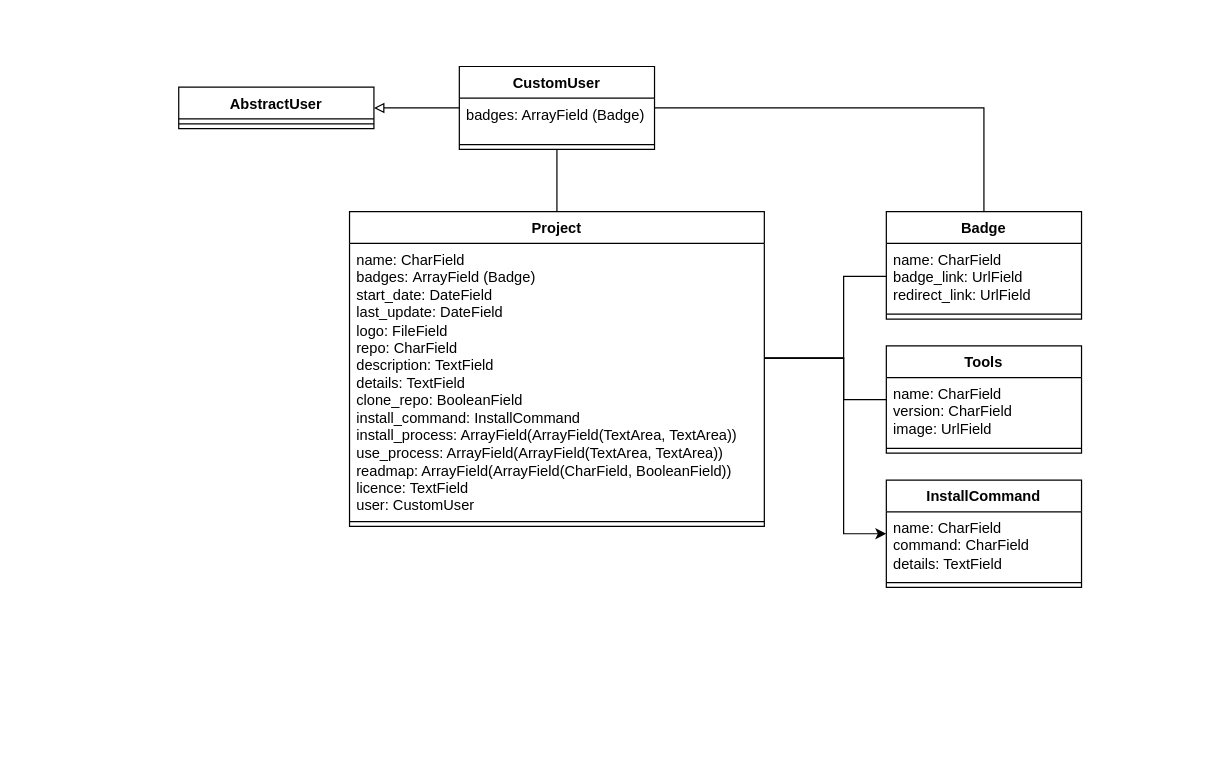
This is db_diagram.drawio from darideveloper/portfolio-backend, a draw.io file, before an edit. Source tidied: cells renumbered, new cells numbered last; positions are measured from the earlier drawing's top-left corner, leaving out a move shared by most shapes. Both pictures are drawn from the tidied source at 122%, with x=0, y=0 at pixel (178, 66).
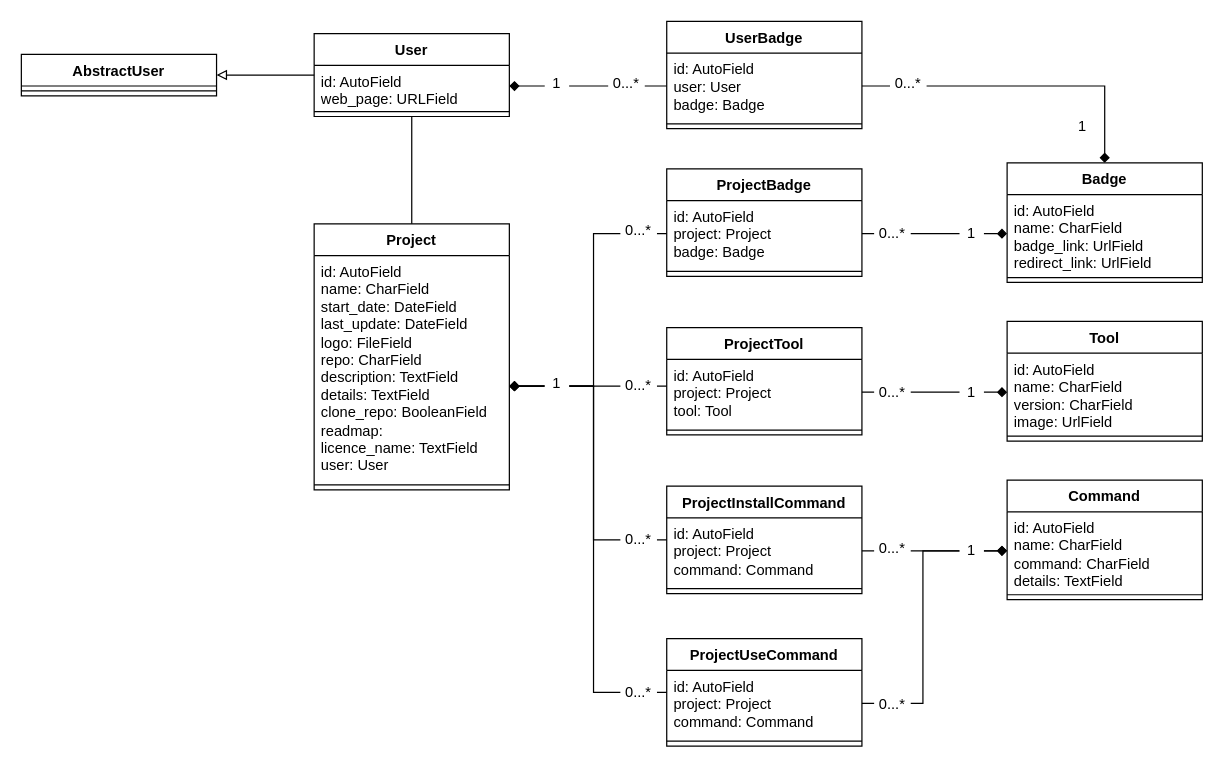
The same diagram, later.

Commit message (it also covers changes not shown here):
feat (models - admin) command, roadmap, project, projectbadge, projecttool, projectcommand, projectroadmap models

Change to the diagram source:
```diff
@@
-    <mxCell id="2" style="edgeStyle=orthogonalEdgeStyle;rounded=0;jettySize=auto;html=1;endArrow=none;endFill=0;" parent="1" edge="1" source="4" target="8">
-      <mxGeometry relative="1" as="geometry">
-        <Array as="points">
-          <mxPoint x="545" y="239" />
-          <mxPoint x="545" y="172" />
-        </Array>
-      </mxGeometry>
-    </mxCell>
-    <mxCell id="3" style="edgeStyle=orthogonalEdgeStyle;rounded=0;jettySize=auto;html=1;" parent="1" edge="1" source="4" target="13">
-      <mxGeometry relative="1" as="geometry">
-        <Array as="points">
-          <mxPoint x="545" y="239" />
-          <mxPoint x="545" y="383" />
-        </Array>
-      </mxGeometry>
-    </mxCell>
     <mxCell id="4" value="Project" style="swimlane;fontStyle=1;align=center;verticalAlign=top;horizontal=1;startSize=26;whiteSpace=wrap;html=1;" parent="1" vertex="1">
-      <mxGeometry x="140" y="119" width="340" height="258" as="geometry" />
+      <mxGeometry x="111" y="129" width="160" height="218" as="geometry" />
     </mxCell>
-    <mxCell id="5" value="name: CharField&lt;br&gt;badges:&amp;nbsp;ArrayField (Badge)&lt;br style=&quot;border-color: var(--border-color);&quot;&gt;start_date:&amp;nbsp;DateField&lt;br&gt;last_update:&amp;nbsp;DateField&lt;br&gt;logo: FileField&lt;br&gt;repo: CharField&lt;br&gt;description: TextField&lt;br&gt;details: TextField&lt;br&gt;clone_repo:&amp;nbsp;BooleanField&lt;br&gt;install_command: InstallCommand&amp;nbsp;&lt;br&gt;install_process: ArrayField(ArrayField(TextArea, TextArea))&lt;br&gt;use_process: ArrayField(ArrayField(TextArea, TextArea))&lt;br&gt;readmap: ArrayField(ArrayField(CharField, BooleanField))&lt;br&gt;licence: TextField&lt;br&gt;user: CustomUser" style="text;strokeColor=none;fillColor=none;align=left;verticalAlign=top;spacingLeft=4;spacingRight=4;overflow=hidden;points=[[0,0.5],[1,0.5]];portConstraint=eastwest;whiteSpace=wrap;html=1;" parent="4" vertex="1">
-      <mxGeometry y="26" width="340" height="224" as="geometry" />
+    <mxCell id="5" value="id: AutoField&lt;br style=&quot;border-color: var(--border-color);&quot;&gt;name: CharField&lt;br&gt;start_date:&amp;nbsp;DateField&lt;br&gt;last_update:&amp;nbsp;DateField&lt;br&gt;logo: FileField&lt;br&gt;repo: CharField&lt;br&gt;description: TextField&lt;br&gt;details: TextField&lt;br&gt;clone_repo:&amp;nbsp;BooleanField&lt;br&gt;readmap:&amp;nbsp;&lt;br&gt;licence_name: TextField&lt;br&gt;user: User&lt;br&gt;" style="text;strokeColor=none;fillColor=none;align=left;verticalAlign=top;spacingLeft=4;spacingRight=4;overflow=hidden;points=[[0,0.5],[1,0.5]];portConstraint=eastwest;whiteSpace=wrap;html=1;" parent="4" vertex="1">
+      <mxGeometry y="26" width="160" height="184" as="geometry" />
     </mxCell>
     <mxCell id="6" style="line;strokeWidth=1;fillColor=none;align=left;verticalAlign=middle;spacingTop=-1;spacingLeft=3;spacingRight=3;labelPosition=right;strokeColor=inherit;" parent="4" vertex="1">
-      <mxGeometry y="250" width="340" height="8" as="geometry" />
+      <mxGeometry y="210" width="160" height="8" as="geometry" />
     </mxCell>
+    <mxCell id="25" style="edgeStyle=orthogonalEdgeStyle;rounded=0;jettySize=auto;html=1;endArrow=none;endFill=0;startArrow=diamond;startFill=1;" parent="1" edge="1" source="7" target="27">
+      <mxGeometry relative="1" as="geometry" />
+    </mxCell>
     <mxCell id="7" value="Badge" style="swimlane;fontStyle=1;align=center;verticalAlign=top;horizontal=1;startSize=26;whiteSpace=wrap;html=1;" parent="1" vertex="1">
-      <mxGeometry x="580" y="119" width="160" height="88" as="geometry" />
+      <mxGeometry x="679" y="79" width="160" height="98" as="geometry" />
     </mxCell>
-    <mxCell id="8" value="name: CharField&lt;br&gt;badge_link: UrlField&lt;br&gt;redirect_link: UrlField&amp;nbsp;" style="text;strokeColor=none;fillColor=none;align=left;verticalAlign=top;spacingLeft=4;spacingRight=4;overflow=hidden;points=[[0,0.5],[1,0.5]];portConstraint=eastwest;whiteSpace=wrap;html=1;" parent="7" vertex="1">
-      <mxGeometry y="26" width="160" height="54" as="geometry" />
+    <mxCell id="8" value="id: AutoField&lt;br style=&quot;border-color: var(--border-color);&quot;&gt;name: CharField&lt;br&gt;badge_link: UrlField&lt;br&gt;redirect_link: UrlField&amp;nbsp;" style="text;strokeColor=none;fillColor=none;align=left;verticalAlign=top;spacingLeft=4;spacingRight=4;overflow=hidden;points=[[0,0.5],[1,0.5]];portConstraint=eastwest;whiteSpace=wrap;html=1;" parent="7" vertex="1">
+      <mxGeometry y="26" width="160" height="64" as="geometry" />
     </mxCell>
     <mxCell id="9" style="line;strokeWidth=1;fillColor=none;align=left;verticalAlign=middle;spacingTop=-1;spacingLeft=3;spacingRight=3;labelPosition=right;strokeColor=inherit;" parent="7" vertex="1">
-      <mxGeometry y="80" width="160" height="8" as="geometry" />
+      <mxGeometry y="90" width="160" height="8" as="geometry" />
     </mxCell>
-    <mxCell id="10" value="Tools" style="swimlane;fontStyle=1;align=center;verticalAlign=top;horizontal=1;startSize=26;whiteSpace=wrap;html=1;" parent="1" vertex="1">
-      <mxGeometry x="580" y="229" width="160" height="88" as="geometry" />
+    <mxCell id="10" value="Tool" style="swimlane;fontStyle=1;align=center;verticalAlign=top;horizontal=1;startSize=26;whiteSpace=wrap;html=1;" parent="1" vertex="1">
+      <mxGeometry x="679" y="209" width="160" height="98" as="geometry" />
     </mxCell>
-    <mxCell id="11" value="name: CharField&lt;br&gt;version: CharField&amp;nbsp;&lt;br&gt;image: UrlField&amp;nbsp;" style="text;strokeColor=none;fillColor=none;align=left;verticalAlign=top;spacingLeft=4;spacingRight=4;overflow=hidden;points=[[0,0.5],[1,0.5]];portConstraint=eastwest;whiteSpace=wrap;html=1;" parent="10" vertex="1">
-      <mxGeometry y="26" width="160" height="54" as="geometry" />
+    <mxCell id="11" value="id: AutoField&lt;br style=&quot;border-color: var(--border-color);&quot;&gt;name: CharField&lt;br&gt;version: CharField&amp;nbsp;&lt;br&gt;image: UrlField&amp;nbsp;" style="text;strokeColor=none;fillColor=none;align=left;verticalAlign=top;spacingLeft=4;spacingRight=4;overflow=hidden;points=[[0,0.5],[1,0.5]];portConstraint=eastwest;whiteSpace=wrap;html=1;" parent="10" vertex="1">
+      <mxGeometry y="26" width="160" height="64" as="geometry" />
     </mxCell>
     <mxCell id="12" style="line;strokeWidth=1;fillColor=none;align=left;verticalAlign=middle;spacingTop=-1;spacingLeft=3;spacingRight=3;labelPosition=right;strokeColor=inherit;" parent="10" vertex="1">
-      <mxGeometry y="80" width="160" height="8" as="geometry" />
+      <mxGeometry y="90" width="160" height="8" as="geometry" />
     </mxCell>
-    <mxCell id="13" value="InstallCommand" style="swimlane;fontStyle=1;align=center;verticalAlign=top;horizontal=1;startSize=26;whiteSpace=wrap;html=1;" parent="1" vertex="1">
-      <mxGeometry x="580" y="339" width="160" height="88" as="geometry" />
+    <mxCell id="13" value="Command" style="swimlane;fontStyle=1;align=center;verticalAlign=top;horizontal=1;startSize=26;whiteSpace=wrap;html=1;" parent="1" vertex="1">
+      <mxGeometry x="679" y="339" width="160" height="98" as="geometry" />
     </mxCell>
-    <mxCell id="14" value="name: CharField&lt;br&gt;command: CharField&amp;nbsp;&lt;br&gt;details: TextField" style="text;strokeColor=none;fillColor=none;align=left;verticalAlign=top;spacingLeft=4;spacingRight=4;overflow=hidden;points=[[0,0.5],[1,0.5]];portConstraint=eastwest;whiteSpace=wrap;html=1;" parent="13" vertex="1">
-      <mxGeometry y="26" width="160" height="54" as="geometry" />
+    <mxCell id="14" value="id: AutoField&lt;br style=&quot;border-color: var(--border-color);&quot;&gt;name: CharField&lt;br&gt;command: CharField&amp;nbsp;&lt;br&gt;details: TextField" style="text;strokeColor=none;fillColor=none;align=left;verticalAlign=top;spacingLeft=4;spacingRight=4;overflow=hidden;points=[[0,0.5],[1,0.5]];portConstraint=eastwest;whiteSpace=wrap;html=1;" parent="13" vertex="1">
+      <mxGeometry y="26" width="160" height="64" as="geometry" />
     </mxCell>
     <mxCell id="15" style="line;strokeWidth=1;fillColor=none;align=left;verticalAlign=middle;spacingTop=-1;spacingLeft=3;spacingRight=3;labelPosition=right;strokeColor=inherit;" parent="13" vertex="1">
-      <mxGeometry y="80" width="160" height="8" as="geometry" />
+      <mxGeometry y="90" width="160" height="8" as="geometry" />
     </mxCell>
-    <mxCell id="16" style="edgeStyle=orthogonalEdgeStyle;rounded=0;jettySize=auto;html=1;endArrow=none;endFill=0;" parent="1" edge="1" source="5" target="10">
-      <mxGeometry relative="1" as="geometry">
-        <Array as="points">
-          <mxPoint x="545" y="239" />
-          <mxPoint x="545" y="273" />
-        </Array>
-      </mxGeometry>
-    </mxCell>
-    <mxCell id="17" style="edgeStyle=orthogonalEdgeStyle;rounded=0;jettySize=auto;html=1;endArrow=none;endFill=0;" parent="1" edge="1" source="19" target="7">
-      <mxGeometry relative="1" as="geometry" />
-    </mxCell>
@@
-    <mxCell id="19" value="CustomUser" style="swimlane;fontStyle=1;align=center;verticalAlign=top;horizontal=1;startSize=26;whiteSpace=wrap;html=1;" parent="1" vertex="1">
-      <mxGeometry x="230" width="160" height="68" as="geometry" />
+    <mxCell id="19" value="User" style="swimlane;fontStyle=1;align=center;verticalAlign=top;horizontal=1;startSize=26;whiteSpace=wrap;html=1;" parent="1" vertex="1">
+      <mxGeometry x="111" y="-27" width="160" height="68" as="geometry" />
     </mxCell>
-    <mxCell id="20" value="badges: ArrayField (Badge)&lt;br&gt;" style="text;strokeColor=none;fillColor=none;align=left;verticalAlign=top;spacingLeft=4;spacingRight=4;overflow=hidden;points=[[0,0.5],[1,0.5]];portConstraint=eastwest;whiteSpace=wrap;html=1;" parent="19" vertex="1">
+    <mxCell id="20" value="id: AutoField&lt;br&gt;web_page: URLField" style="text;strokeColor=none;fillColor=none;align=left;verticalAlign=top;spacingLeft=4;spacingRight=4;overflow=hidden;points=[[0,0.5],[1,0.5]];portConstraint=eastwest;whiteSpace=wrap;html=1;" parent="19" vertex="1">
       <mxGeometry y="26" width="160" height="34" as="geometry" />
     </mxCell>
@@
     <mxCell id="23" value="AbstractUser" style="swimlane;fontStyle=1;align=center;verticalAlign=top;horizontal=1;startSize=26;whiteSpace=wrap;html=1;" parent="1" vertex="1">
-      <mxGeometry y="17" width="160" height="34" as="geometry" />
+      <mxGeometry x="-129" y="-10" width="160" height="34" as="geometry" />
     </mxCell>
@@
+    <mxCell id="26" value="UserBadge" style="swimlane;fontStyle=1;align=center;verticalAlign=top;horizontal=1;startSize=26;whiteSpace=wrap;html=1;" parent="1" vertex="1">
+      <mxGeometry x="400" y="-37" width="160" height="88" as="geometry" />
+    </mxCell>
+    <mxCell id="27" value="id: AutoField&lt;br style=&quot;border-color: var(--border-color);&quot;&gt;user: User&lt;br&gt;badge: Badge&lt;br&gt;" style="text;strokeColor=none;fillColor=none;align=left;verticalAlign=top;spacingLeft=4;spacingRight=4;overflow=hidden;points=[[0,0.5],[1,0.5]];portConstraint=eastwest;whiteSpace=wrap;html=1;" parent="26" vertex="1">
+      <mxGeometry y="26" width="160" height="54" as="geometry" />
+    </mxCell>
+    <mxCell id="28" style="line;strokeWidth=1;fillColor=none;align=left;verticalAlign=middle;spacingTop=-1;spacingLeft=3;spacingRight=3;labelPosition=right;strokeColor=inherit;" parent="26" vertex="1">
+      <mxGeometry y="80" width="160" height="8" as="geometry" />
+    </mxCell>
+    <mxCell id="29" style="edgeStyle=orthogonalEdgeStyle;rounded=0;jettySize=auto;html=1;endArrow=none;endFill=0;startArrow=diamond;startFill=1;" parent="1" edge="1" source="20" target="27">
+      <mxGeometry relative="1" as="geometry" />
+    </mxCell>
+    <mxCell id="30" value="1" style="text;html=1;align=center;verticalAlign=middle;whiteSpace=wrap;rounded=0;fillColor=default;" parent="1" vertex="1">
+      <mxGeometry x="300" y="-1" width="20" height="30" as="geometry" />
+    </mxCell>
+    <mxCell id="31" value="0...*" style="text;html=1;align=center;verticalAlign=middle;whiteSpace=wrap;rounded=0;fillColor=default;" parent="1" vertex="1">
+      <mxGeometry x="352" y="-1" width="30" height="30" as="geometry" />
+    </mxCell>
+    <mxCell id="32" value="0...*" style="text;html=1;align=center;verticalAlign=middle;whiteSpace=wrap;rounded=0;fillColor=default;" parent="1" vertex="1">
+      <mxGeometry x="583" y="-1" width="30" height="30" as="geometry" />
+    </mxCell>
+    <mxCell id="33" value="1" style="text;html=1;align=center;verticalAlign=middle;whiteSpace=wrap;rounded=0;fillColor=default;" parent="1" vertex="1">
+      <mxGeometry x="731" y="34" width="20" height="30" as="geometry" />
+    </mxCell>
+    <mxCell id="34" value="ProjectBadge" style="swimlane;fontStyle=1;align=center;verticalAlign=top;horizontal=1;startSize=26;whiteSpace=wrap;html=1;" parent="1" vertex="1">
+      <mxGeometry x="400" y="84" width="160" height="88" as="geometry" />
+    </mxCell>
+    <mxCell id="35" value="id: AutoField&lt;br style=&quot;border-color: var(--border-color);&quot;&gt;project: Project&lt;br&gt;badge: Badge" style="text;strokeColor=none;fillColor=none;align=left;verticalAlign=top;spacingLeft=4;spacingRight=4;overflow=hidden;points=[[0,0.5],[1,0.5]];portConstraint=eastwest;whiteSpace=wrap;html=1;" parent="34" vertex="1">
+      <mxGeometry y="26" width="160" height="54" as="geometry" />
+    </mxCell>
+    <mxCell id="36" style="line;strokeWidth=1;fillColor=none;align=left;verticalAlign=middle;spacingTop=-1;spacingLeft=3;spacingRight=3;labelPosition=right;strokeColor=inherit;" parent="34" vertex="1">
+      <mxGeometry y="80" width="160" height="8" as="geometry" />
+    </mxCell>
+    <mxCell id="37" style="edgeStyle=orthogonalEdgeStyle;rounded=0;jettySize=auto;html=1;startArrow=none;startFill=0;endArrow=diamond;endFill=1;" parent="1" edge="1" source="38" target="5">
+      <mxGeometry relative="1" as="geometry">
+        <Array as="points">
+          <mxPoint x="370" y="262" />
+          <mxPoint x="370" y="262" />
+        </Array>
+      </mxGeometry>
+    </mxCell>
+    <mxCell id="38" value="ProjectTool" style="swimlane;fontStyle=1;align=center;verticalAlign=top;horizontal=1;startSize=26;whiteSpace=wrap;html=1;" parent="1" vertex="1">
+      <mxGeometry x="400" y="214" width="160" height="88" as="geometry" />
+    </mxCell>
+    <mxCell id="39" value="id: AutoField&lt;br style=&quot;border-color: var(--border-color);&quot;&gt;project: Project&lt;br&gt;tool: Tool" style="text;strokeColor=none;fillColor=none;align=left;verticalAlign=top;spacingLeft=4;spacingRight=4;overflow=hidden;points=[[0,0.5],[1,0.5]];portConstraint=eastwest;whiteSpace=wrap;html=1;" parent="38" vertex="1">
+      <mxGeometry y="26" width="160" height="54" as="geometry" />
+    </mxCell>
+    <mxCell id="40" style="line;strokeWidth=1;fillColor=none;align=left;verticalAlign=middle;spacingTop=-1;spacingLeft=3;spacingRight=3;labelPosition=right;strokeColor=inherit;" parent="38" vertex="1">
+      <mxGeometry y="80" width="160" height="8" as="geometry" />
+    </mxCell>
+    <mxCell id="41" style="edgeStyle=orthogonalEdgeStyle;rounded=0;jettySize=auto;html=1;startArrow=none;startFill=0;endArrow=diamond;endFill=1;" parent="1" edge="1" source="42" target="5">
+      <mxGeometry relative="1" as="geometry">
+        <Array as="points">
+          <mxPoint x="340" y="388" />
+          <mxPoint x="340" y="262" />
+        </Array>
+      </mxGeometry>
+    </mxCell>
+    <mxCell id="42" value="ProjectInstallCommand" style="swimlane;fontStyle=1;align=center;verticalAlign=top;horizontal=1;startSize=26;whiteSpace=wrap;html=1;" parent="1" vertex="1">
+      <mxGeometry x="400" y="344" width="160" height="88" as="geometry" />
+    </mxCell>
+    <mxCell id="43" value="id: AutoField&lt;br style=&quot;border-color: var(--border-color);&quot;&gt;project: Project&lt;br&gt;command: Command" style="text;strokeColor=none;fillColor=none;align=left;verticalAlign=top;spacingLeft=4;spacingRight=4;overflow=hidden;points=[[0,0.5],[1,0.5]];portConstraint=eastwest;whiteSpace=wrap;html=1;" parent="42" vertex="1">
+      <mxGeometry y="26" width="160" height="54" as="geometry" />
+    </mxCell>
+    <mxCell id="44" style="line;strokeWidth=1;fillColor=none;align=left;verticalAlign=middle;spacingTop=-1;spacingLeft=3;spacingRight=3;labelPosition=right;strokeColor=inherit;" parent="42" vertex="1">
+      <mxGeometry y="80" width="160" height="8" as="geometry" />
+    </mxCell>
+    <mxCell id="45" style="edgeStyle=orthogonalEdgeStyle;rounded=0;jettySize=auto;html=1;endArrow=diamond;endFill=1;" parent="1" edge="1" source="46" target="5">
+      <mxGeometry relative="1" as="geometry">
+        <Array as="points">
+          <mxPoint x="340" y="513" />
+          <mxPoint x="340" y="262" />
+        </Array>
+      </mxGeometry>
+    </mxCell>
+    <mxCell id="46" value="ProjectUseCommand" style="swimlane;fontStyle=1;align=center;verticalAlign=top;horizontal=1;startSize=26;whiteSpace=wrap;html=1;" parent="1" vertex="1">
+      <mxGeometry x="400" y="469" width="160" height="88" as="geometry" />
+    </mxCell>
+    <mxCell id="47" value="id: AutoField&lt;br style=&quot;border-color: var(--border-color);&quot;&gt;project: Project&lt;br&gt;command: Command" style="text;strokeColor=none;fillColor=none;align=left;verticalAlign=top;spacingLeft=4;spacingRight=4;overflow=hidden;points=[[0,0.5],[1,0.5]];portConstraint=eastwest;whiteSpace=wrap;html=1;" parent="46" vertex="1">
+      <mxGeometry y="26" width="160" height="54" as="geometry" />
+    </mxCell>
+    <mxCell id="48" style="line;strokeWidth=1;fillColor=none;align=left;verticalAlign=middle;spacingTop=-1;spacingLeft=3;spacingRight=3;labelPosition=right;strokeColor=inherit;" parent="46" vertex="1">
+      <mxGeometry y="80" width="160" height="8" as="geometry" />
+    </mxCell>
+    <mxCell id="49" style="edgeStyle=orthogonalEdgeStyle;rounded=0;jettySize=auto;html=1;startArrow=none;startFill=0;endArrow=diamond;endFill=1;" parent="1" edge="1" source="35" target="5">
+      <mxGeometry relative="1" as="geometry">
+        <Array as="points">
+          <mxPoint x="340" y="137" />
+          <mxPoint x="340" y="262" />
+        </Array>
+      </mxGeometry>
+    </mxCell>
+    <mxCell id="50" value="1" style="text;html=1;align=center;verticalAlign=middle;whiteSpace=wrap;rounded=0;fillColor=default;" parent="1" vertex="1">
+      <mxGeometry x="300" y="245" width="20" height="30" as="geometry" />
+    </mxCell>
+    <mxCell id="51" value="0...*" style="text;html=1;align=center;verticalAlign=middle;whiteSpace=wrap;rounded=0;fillColor=default;" parent="1" vertex="1">
+      <mxGeometry x="362" y="120" width="30" height="30" as="geometry" />
+    </mxCell>
+    <mxCell id="52" value="0...*" style="text;html=1;align=center;verticalAlign=middle;whiteSpace=wrap;rounded=0;fillColor=default;" parent="1" vertex="1">
+      <mxGeometry x="362" y="247" width="30" height="29" as="geometry" />
+    </mxCell>
+    <mxCell id="53" value="0...*" style="text;html=1;align=center;verticalAlign=middle;whiteSpace=wrap;rounded=0;fillColor=default;" parent="1" vertex="1">
+      <mxGeometry x="362" y="373" width="30" height="29" as="geometry" />
+    </mxCell>
+    <mxCell id="54" value="0...*" style="text;html=1;align=center;verticalAlign=middle;whiteSpace=wrap;rounded=0;fillColor=default;" parent="1" vertex="1">
+      <mxGeometry x="362" y="498" width="30" height="29" as="geometry" />
+    </mxCell>
+    <mxCell id="55" style="edgeStyle=orthogonalEdgeStyle;rounded=0;jettySize=auto;html=1;endArrow=diamond;endFill=1;" parent="1" edge="1" source="43" target="14">
+      <mxGeometry relative="1" as="geometry" />
+    </mxCell>
+    <mxCell id="56" style="edgeStyle=orthogonalEdgeStyle;rounded=0;jettySize=auto;html=1;endArrow=diamond;endFill=1;" parent="1" edge="1" source="47" target="14">
+      <mxGeometry relative="1" as="geometry">
+        <Array as="points">
+          <mxPoint x="610" y="522" />
+          <mxPoint x="610" y="397" />
+        </Array>
+      </mxGeometry>
+    </mxCell>
+    <mxCell id="57" style="edgeStyle=orthogonalEdgeStyle;rounded=0;jettySize=auto;html=1;endArrow=diamond;endFill=1;" parent="1" edge="1" source="39" target="11">
+      <mxGeometry relative="1" as="geometry" />
+    </mxCell>
+    <mxCell id="58" style="edgeStyle=orthogonalEdgeStyle;rounded=0;jettySize=auto;html=1;endArrow=diamond;endFill=1;" parent="1" edge="1" source="35" target="8">
+      <mxGeometry relative="1" as="geometry" />
+    </mxCell>
+    <mxCell id="59" value="0...*" style="text;html=1;align=center;verticalAlign=middle;whiteSpace=wrap;rounded=0;fillColor=default;" parent="1" vertex="1">
+      <mxGeometry x="570" y="122" width="30" height="30" as="geometry" />
+    </mxCell>
+    <mxCell id="60" value="1" style="text;html=1;align=center;verticalAlign=middle;whiteSpace=wrap;rounded=0;fillColor=default;" parent="1" vertex="1">
+      <mxGeometry x="640" y="122" width="20" height="30" as="geometry" />
+    </mxCell>
+    <mxCell id="61" value="0...*" style="text;html=1;align=center;verticalAlign=middle;whiteSpace=wrap;rounded=0;fillColor=default;" parent="1" vertex="1">
+      <mxGeometry x="570" y="252" width="30" height="30" as="geometry" />
+    </mxCell>
+    <mxCell id="62" value="0...*" style="text;html=1;align=center;verticalAlign=middle;whiteSpace=wrap;rounded=0;fillColor=default;" parent="1" vertex="1">
+      <mxGeometry x="570" y="380" width="30" height="30" as="geometry" />
+    </mxCell>
+    <mxCell id="63" value="0...*" style="text;html=1;align=center;verticalAlign=middle;whiteSpace=wrap;rounded=0;fillColor=default;" parent="1" vertex="1">
+      <mxGeometry x="570" y="508" width="30" height="30" as="geometry" />
+    </mxCell>
+    <mxCell id="64" value="1" style="text;html=1;align=center;verticalAlign=middle;whiteSpace=wrap;rounded=0;fillColor=default;" parent="1" vertex="1">
+      <mxGeometry x="640" y="252" width="20" height="30" as="geometry" />
+    </mxCell>
+    <mxCell id="65" value="1" style="text;html=1;align=center;verticalAlign=middle;whiteSpace=wrap;rounded=0;fillColor=default;" parent="1" vertex="1">
+      <mxGeometry x="640" y="382" width="20" height="30" as="geometry" />
+    </mxCell>
```
